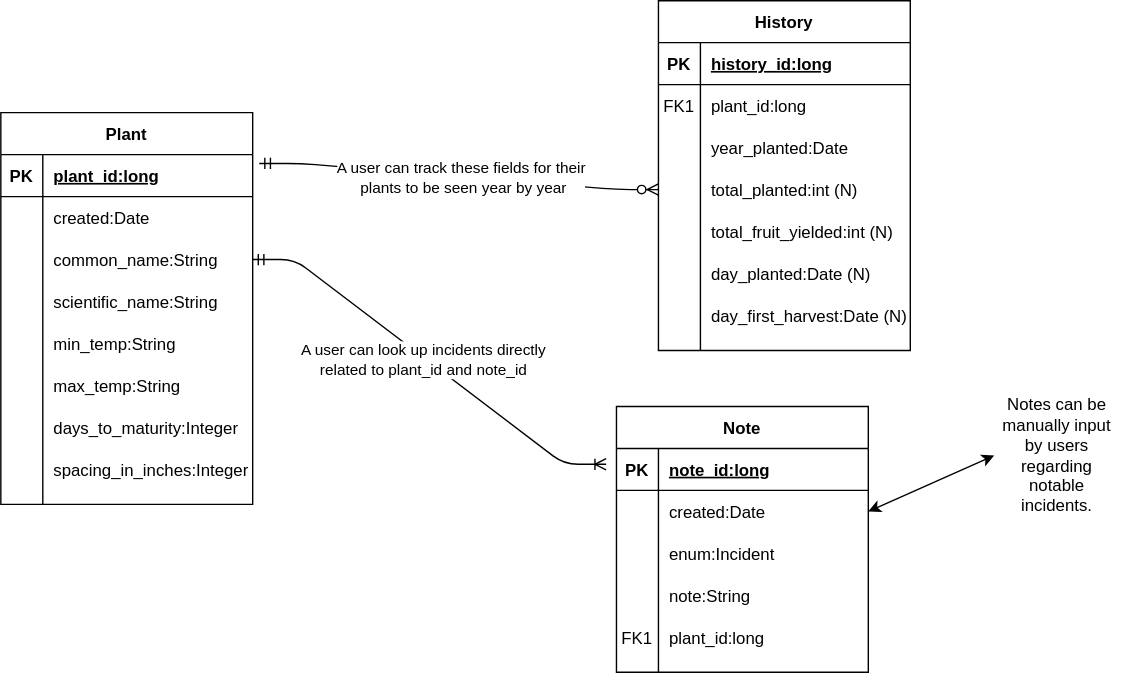
Before: docs/img/erd.svg, a diagram exported from draw.io (ddc-java-12/personal-android-project-HDawson-coder). Source tidied: cells renumbered, new cells last; positions are measured from the earlier drawing's top-left corner, leaving out a move shared by most shapes.
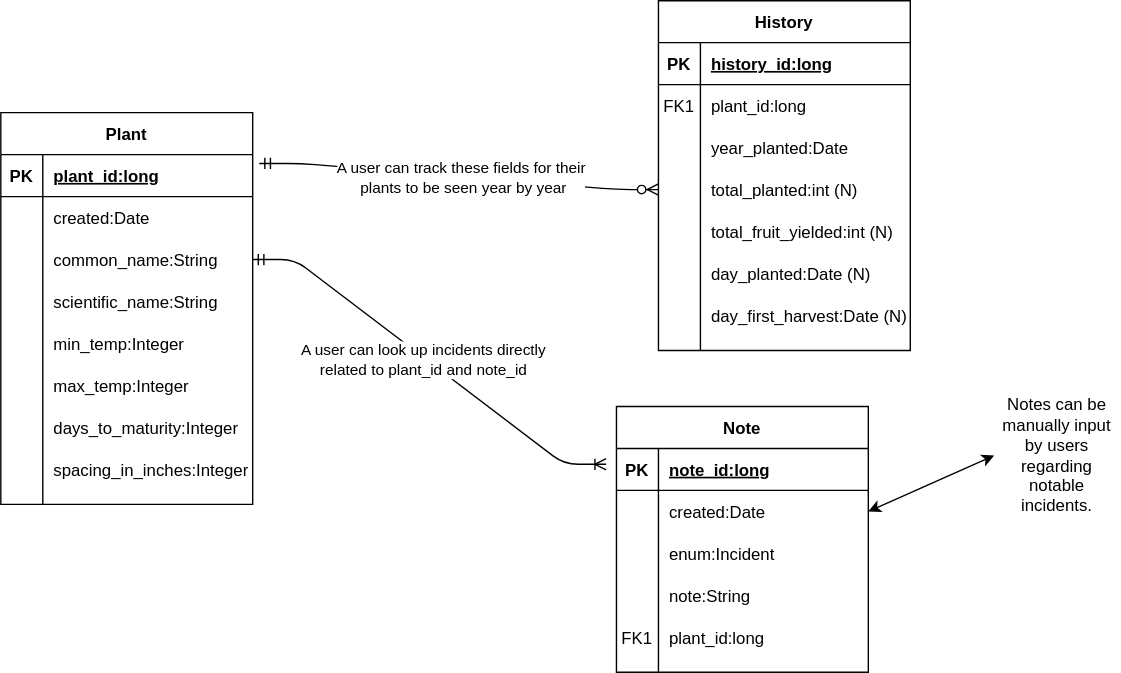
Later version of the same file.

What changed in the source:
```diff
@@ -47,7 +47,7 @@
     <mxCell id="16" style="shape=partialRectangle;fillColor=none;top=0;left=0;bottom=0;right=0;overflow=hidden;" parent="15" vertex="1">
       <mxGeometry width="30" height="30" as="geometry" />
     </mxCell>
-    <mxCell id="17" value="min_temp:String" style="shape=partialRectangle;fillColor=none;top=0;left=0;bottom=0;right=0;align=left;spacingLeft=6;overflow=hidden;" parent="15" vertex="1">
+    <mxCell id="17" value="min_temp:Integer" style="shape=partialRectangle;fillColor=none;top=0;left=0;bottom=0;right=0;align=left;spacingLeft=6;overflow=hidden;" parent="15" vertex="1">
       <mxGeometry x="30" width="150" height="30" as="geometry" />
     </mxCell>
     <mxCell id="18" style="shape=partialRectangle;fillColor=none;top=0;left=0;bottom=0;right=0;" parent="2" vertex="1">
@@ -56,7 +56,7 @@
     <mxCell id="19" style="shape=partialRectangle;fillColor=none;top=0;left=0;bottom=0;right=0;overflow=hidden;" parent="18" vertex="1">
       <mxGeometry width="30" height="30" as="geometry" />
     </mxCell>
-    <mxCell id="20" value="max_temp:String" style="shape=partialRectangle;fillColor=none;top=0;left=0;bottom=0;right=0;align=left;spacingLeft=6;overflow=hidden;" parent="18" vertex="1">
+    <mxCell id="20" value="max_temp:Integer" style="shape=partialRectangle;fillColor=none;top=0;left=0;bottom=0;right=0;align=left;spacingLeft=6;overflow=hidden;" parent="18" vertex="1">
       <mxGeometry x="30" width="150" height="30" as="geometry" />
     </mxCell>
     <mxCell id="21" style="shape=partialRectangle;fillColor=none;top=0;left=0;bottom=0;right=0;" parent="2" vertex="1">
```
